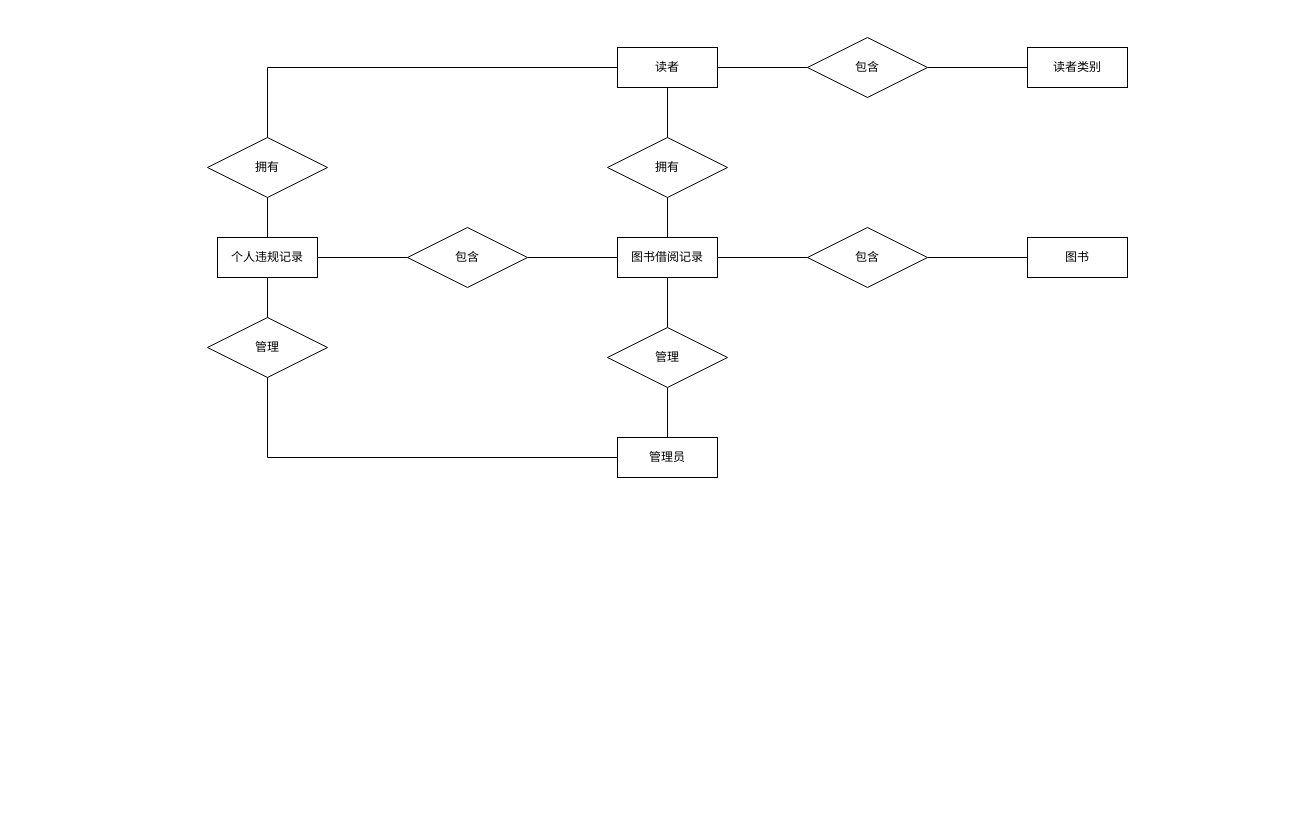
The draw.io diagram lab9/library_management_system.drawio in ArronVague/Database-Systems-Laboratory, before the edit. Source tidied: cells renumbered, new cells numbered last; positions are measured from the earlier drawing's top-left corner, leaving out a move shared by most shapes. Both pictures are drawn from the tidied source at 100%, with x=0, y=0 at pixel (207, 37).
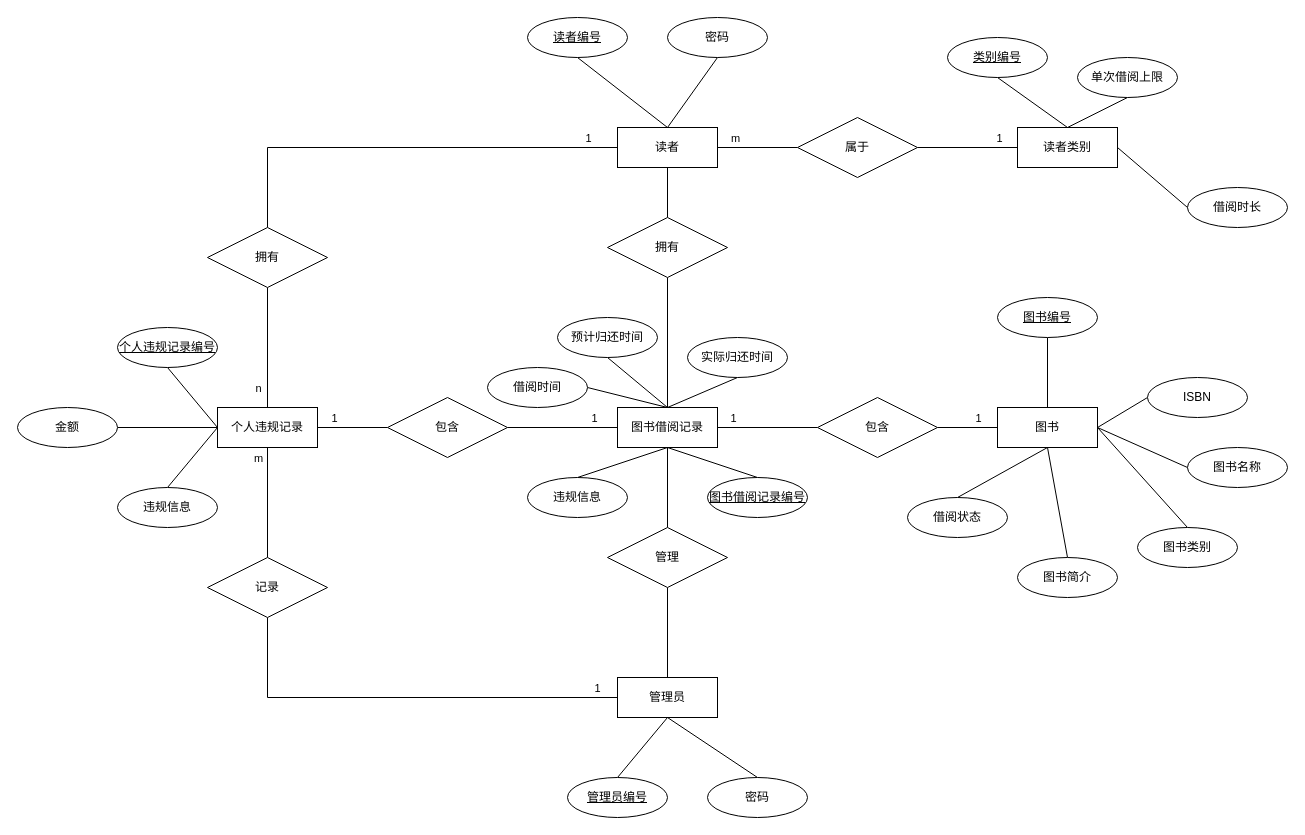
The same diagram, later.

Unchanged cells that the change refers to:
```xml
<mxCell id="3" style="edgeStyle=orthogonalEdgeStyle;rounded=0;jettySize=auto;html=1;exitX=1;exitY=0.5;exitDx=0;exitDy=0;entryX=0;entryY=0.5;entryDx=0;entryDy=0;endArrow=none;endFill=0;" parent="1" edge="1" source="5" target="22">
  <mxGeometry relative="1" as="geometry" />
</mxCell>
<mxCell id="4" style="edgeStyle=orthogonalEdgeStyle;rounded=0;jettySize=auto;html=1;exitX=0;exitY=0.5;exitDx=0;exitDy=0;entryX=0.5;entryY=0;entryDx=0;entryDy=0;endArrow=none;endFill=0;" parent="1" edge="1" source="5" target="26">
  <mxGeometry relative="1" as="geometry" />
</mxCell>
<mxCell id="8" style="edgeStyle=orthogonalEdgeStyle;rounded=0;jettySize=auto;html=1;exitX=1;exitY=0.5;exitDx=0;exitDy=0;entryX=0;entryY=0.5;entryDx=0;entryDy=0;endArrow=none;endFill=0;" parent="1" edge="1" source="9" target="20">
  <mxGeometry relative="1" as="geometry" />
</mxCell>
<mxCell id="12" style="edgeStyle=orthogonalEdgeStyle;rounded=0;jettySize=auto;html=1;exitX=0.5;exitY=1;exitDx=0;exitDy=0;entryX=0.5;entryY=0;entryDx=0;entryDy=0;endArrow=none;endFill=0;" parent="1" edge="1" source="14" target="28">
  <mxGeometry relative="1" as="geometry" />
</mxCell>
<mxCell id="13" style="edgeStyle=orthogonalEdgeStyle;rounded=0;jettySize=auto;html=1;exitX=1;exitY=0.5;exitDx=0;exitDy=0;entryX=0;entryY=0.5;entryDx=0;entryDy=0;endArrow=none;endFill=0;" parent="1" edge="1" source="14" target="24">
  <mxGeometry relative="1" as="geometry" />
</mxCell>
<mxCell id="19" style="edgeStyle=orthogonalEdgeStyle;rounded=0;jettySize=auto;html=1;exitX=1;exitY=0.5;exitDx=0;exitDy=0;entryX=0;entryY=0.5;entryDx=0;entryDy=0;endArrow=none;endFill=0;" parent="1" edge="1" source="20" target="10">
  <mxGeometry relative="1" as="geometry" />
</mxCell>
<mxCell id="21" style="edgeStyle=orthogonalEdgeStyle;rounded=0;jettySize=auto;html=1;exitX=1;exitY=0.5;exitDx=0;exitDy=0;entryX=0;entryY=0.5;entryDx=0;entryDy=0;endArrow=none;endFill=0;" parent="1" edge="1" source="22" target="6">
  <mxGeometry relative="1" as="geometry" />
</mxCell>
<mxCell id="23" style="edgeStyle=orthogonalEdgeStyle;rounded=0;jettySize=auto;html=1;exitX=1;exitY=0.5;exitDx=0;exitDy=0;entryX=0;entryY=0.5;entryDx=0;entryDy=0;endArrow=none;endFill=0;" parent="1" edge="1" source="24" target="9">
  <mxGeometry relative="1" as="geometry" />
</mxCell>
<mxCell id="25" style="edgeStyle=orthogonalEdgeStyle;rounded=0;jettySize=auto;html=1;exitX=0.5;exitY=1;exitDx=0;exitDy=0;entryX=0.5;entryY=0;entryDx=0;entryDy=0;endArrow=none;endFill=0;" parent="1" edge="1" source="26" target="14">
  <mxGeometry relative="1" as="geometry" />
</mxCell>
<mxCell id="27" style="edgeStyle=orthogonalEdgeStyle;rounded=0;jettySize=auto;html=1;exitX=0.5;exitY=1;exitDx=0;exitDy=0;entryX=0;entryY=0.5;entryDx=0;entryDy=0;endArrow=none;endFill=0;" parent="1" edge="1" source="28" target="11">
  <mxGeometry relative="1" as="geometry" />
</mxCell>
```

What changed in the source:
```diff
@@
+    <mxCell id="29" value="m" style="edgeLabel;html=1;align=center;verticalAlign=middle;" parent="3" vertex="1">
+      <mxGeometry x="-0.37" y="-1" relative="1" as="geometry">
+        <mxPoint x="-8" y="-11" as="offset" />
+      </mxGeometry>
+    </mxCell>
@@
+    <mxCell id="30" value="1" style="edgeLabel;html=1;align=center;verticalAlign=middle;" parent="4" vertex="1">
+      <mxGeometry x="-0.86" y="-1" relative="1" as="geometry">
+        <mxPoint y="-9" as="offset" />
+      </mxGeometry>
+    </mxCell>
     <mxCell id="5" value="读者" style="whiteSpace=wrap;html=1;align=center;" parent="1" vertex="1">
-      <mxGeometry x="410" y="10" width="100" height="40" as="geometry" />
+      <mxGeometry x="410" y="90" width="100" height="40" as="geometry" />
     </mxCell>
     <mxCell id="6" value="读者类别" style="whiteSpace=wrap;html=1;align=center;" parent="1" vertex="1">
-      <mxGeometry x="820" y="10" width="100" height="40" as="geometry" />
+      <mxGeometry x="810" y="90" width="100" height="40" as="geometry" />
     </mxCell>
@@
+    <mxCell id="31" value="1" style="edgeLabel;html=1;align=center;verticalAlign=middle;" parent="8" vertex="1">
+      <mxGeometry x="-0.71" relative="1" as="geometry">
+        <mxPoint y="-10" as="offset" />
+      </mxGeometry>
+    </mxCell>
     <mxCell id="9" value="图书借阅记录" style="whiteSpace=wrap;html=1;align=center;" parent="1" vertex="1">
-      <mxGeometry x="410" y="200" width="100" height="40" as="geometry" />
+      <mxGeometry x="410" y="370" width="100" height="40" as="geometry" />
     </mxCell>
     <mxCell id="10" value="图书" style="whiteSpace=wrap;html=1;align=center;" parent="1" vertex="1">
-      <mxGeometry x="820" y="200" width="100" height="40" as="geometry" />
+      <mxGeometry x="790" y="370" width="100" height="40" as="geometry" />
     </mxCell>
     <mxCell id="11" value="管理员" style="whiteSpace=wrap;html=1;align=center;" parent="1" vertex="1">
-      <mxGeometry x="410" y="400" width="100" height="40" as="geometry" />
+      <mxGeometry x="410" y="640" width="100" height="40" as="geometry" />
     </mxCell>
@@
+    <mxCell id="32" value="m" style="edgeLabel;html=1;align=center;verticalAlign=middle;" parent="12" vertex="1">
+      <mxGeometry x="-0.79" y="-1" relative="1" as="geometry">
+        <mxPoint x="-9" y="-2" as="offset" />
+      </mxGeometry>
+    </mxCell>
@@
+    <mxCell id="33" value="1" style="edgeLabel;html=1;align=center;verticalAlign=middle;" parent="13" vertex="1">
+      <mxGeometry x="-0.53" y="2" relative="1" as="geometry">
+        <mxPoint y="-8" as="offset" />
+      </mxGeometry>
+    </mxCell>
     <mxCell id="14" value="个人违规记录" style="whiteSpace=wrap;html=1;align=center;" parent="1" vertex="1">
-      <mxGeometry x="10" y="200" width="100" height="40" as="geometry" />
+      <mxGeometry x="10" y="370" width="100" height="40" as="geometry" />
     </mxCell>
@@
     <mxCell id="16" value="拥有" style="shape=rhombus;perimeter=rhombusPerimeter;whiteSpace=wrap;html=1;align=center;" parent="1" vertex="1">
-      <mxGeometry x="400" y="100" width="120" height="60" as="geometry" />
+      <mxGeometry x="400" y="180" width="120" height="60" as="geometry" />
     </mxCell>
@@
     <mxCell id="18" value="管理" style="shape=rhombus;perimeter=rhombusPerimeter;whiteSpace=wrap;html=1;align=center;" parent="1" vertex="1">
-      <mxGeometry x="400" y="290" width="120" height="60" as="geometry" />
+      <mxGeometry x="400" y="490" width="120" height="60" as="geometry" />
     </mxCell>
@@
+    <mxCell id="34" value="1" style="edgeLabel;html=1;align=center;verticalAlign=middle;" parent="19" vertex="1">
+      <mxGeometry x="0.22" y="1" relative="1" as="geometry">
+        <mxPoint x="3" y="-9" as="offset" />
+      </mxGeometry>
+    </mxCell>
     <mxCell id="20" value="包含" style="shape=rhombus;perimeter=rhombusPerimeter;whiteSpace=wrap;html=1;align=center;" parent="1" vertex="1">
-      <mxGeometry x="600" y="190" width="120" height="60" as="geometry" />
+      <mxGeometry x="610" y="360" width="120" height="60" as="geometry" />
     </mxCell>
@@
+    <mxCell id="35" value="1" style="edgeLabel;html=1;align=center;verticalAlign=middle;" parent="21" vertex="1">
+      <mxGeometry x="-0.15" y="-2" relative="1" as="geometry">
+        <mxPoint x="38" y="-12" as="offset" />
+      </mxGeometry>
+    </mxCell>
-    <mxCell id="22" value="包含" style="shape=rhombus;perimeter=rhombusPerimeter;whiteSpace=wrap;html=1;align=center;" parent="1" vertex="1">
-      <mxGeometry x="600" width="120" height="60" as="geometry" />
+    <mxCell id="22" value="属于" style="shape=rhombus;perimeter=rhombusPerimeter;whiteSpace=wrap;html=1;align=center;" parent="1" vertex="1">
+      <mxGeometry x="590" y="80" width="120" height="60" as="geometry" />
     </mxCell>
@@
+    <mxCell id="36" value="1" style="edgeLabel;html=1;align=center;verticalAlign=middle;" parent="23" vertex="1">
+      <mxGeometry x="0.56" y="1" relative="1" as="geometry">
+        <mxPoint y="-9" as="offset" />
+      </mxGeometry>
+    </mxCell>
     <mxCell id="24" value="包含" style="shape=rhombus;perimeter=rhombusPerimeter;whiteSpace=wrap;html=1;align=center;" parent="1" vertex="1">
-      <mxGeometry x="200" y="190" width="120" height="60" as="geometry" />
+      <mxGeometry x="180" y="360" width="120" height="60" as="geometry" />
     </mxCell>
@@
+    <mxCell id="37" value="n" style="edgeLabel;html=1;align=center;verticalAlign=middle;" parent="25" vertex="1">
+      <mxGeometry x="0.58" relative="1" as="geometry">
+        <mxPoint x="-10" y="5" as="offset" />
+      </mxGeometry>
+    </mxCell>
     <mxCell id="26" value="拥有" style="shape=rhombus;perimeter=rhombusPerimeter;whiteSpace=wrap;html=1;align=center;" parent="1" vertex="1">
-      <mxGeometry y="100" width="120" height="60" as="geometry" />
+      <mxGeometry y="190" width="120" height="60" as="geometry" />
     </mxCell>
@@
+    <mxCell id="38" value="1" style="edgeLabel;html=1;align=center;verticalAlign=middle;" parent="27" vertex="1">
+      <mxGeometry x="0.88" y="1" relative="1" as="geometry">
+        <mxPoint x="5" y="-9" as="offset" />
+      </mxGeometry>
+    </mxCell>
-    <mxCell id="28" value="管理" style="shape=rhombus;perimeter=rhombusPerimeter;whiteSpace=wrap;html=1;align=center;" parent="1" vertex="1">
-      <mxGeometry y="280" width="120" height="60" as="geometry" />
+    <mxCell id="28" value="记录" style="shape=rhombus;perimeter=rhombusPerimeter;whiteSpace=wrap;html=1;align=center;" parent="1" vertex="1">
+      <mxGeometry y="520" width="120" height="60" as="geometry" />
     </mxCell>
+    <mxCell id="39" style="rounded=0;jettySize=auto;html=1;exitX=0.5;exitY=1;exitDx=0;exitDy=0;entryX=0.5;entryY=0;entryDx=0;entryDy=0;endArrow=none;endFill=0;" parent="1" edge="1" source="40" target="5">
+      <mxGeometry relative="1" as="geometry" />
+    </mxCell>
+    <mxCell id="40" value="读者编号" style="ellipse;whiteSpace=wrap;html=1;align=center;fontStyle=4;" parent="1" vertex="1">
+      <mxGeometry x="320" y="-20" width="100" height="40" as="geometry" />
+    </mxCell>
+    <mxCell id="41" style="rounded=0;jettySize=auto;html=1;exitX=0.5;exitY=1;exitDx=0;exitDy=0;entryX=0.5;entryY=0;entryDx=0;entryDy=0;endArrow=none;endFill=0;" parent="1" edge="1" source="42" target="6">
+      <mxGeometry relative="1" as="geometry" />
+    </mxCell>
+    <mxCell id="42" value="类别编号" style="ellipse;whiteSpace=wrap;html=1;align=center;fontStyle=4;" parent="1" vertex="1">
+      <mxGeometry x="740" width="100" height="40" as="geometry" />
+    </mxCell>
+    <mxCell id="43" style="rounded=0;jettySize=auto;html=1;exitX=0.5;exitY=0;exitDx=0;exitDy=0;endArrow=none;endFill=0;" parent="1" edge="1" source="44">
+      <mxGeometry relative="1" as="geometry">
+        <mxPoint x="460" y="680" as="targetPoint" />
+      </mxGeometry>
+    </mxCell>
+    <mxCell id="44" value="管理员编号" style="ellipse;whiteSpace=wrap;html=1;align=center;fontStyle=4;" parent="1" vertex="1">
+      <mxGeometry x="360" y="740" width="100" height="40" as="geometry" />
+    </mxCell>
+    <mxCell id="45" style="rounded=0;jettySize=auto;html=1;exitX=0.5;exitY=1;exitDx=0;exitDy=0;entryX=0.5;entryY=0;entryDx=0;entryDy=0;endArrow=none;endFill=0;" parent="1" edge="1" source="46" target="10">
+      <mxGeometry relative="1" as="geometry" />
+    </mxCell>
+    <mxCell id="46" value="图书编号" style="ellipse;whiteSpace=wrap;html=1;align=center;fontStyle=4;" parent="1" vertex="1">
+      <mxGeometry x="790" y="260" width="100" height="40" as="geometry" />
+    </mxCell>
+    <mxCell id="47" style="rounded=0;jettySize=auto;html=1;exitX=0.5;exitY=0;exitDx=0;exitDy=0;entryX=0.5;entryY=1;entryDx=0;entryDy=0;endArrow=none;endFill=0;" parent="1" edge="1" source="48" target="9">
+      <mxGeometry relative="1" as="geometry" />
+    </mxCell>
+    <mxCell id="48" value="图书借阅记录编号" style="ellipse;whiteSpace=wrap;html=1;align=center;fontStyle=4;" parent="1" vertex="1">
+      <mxGeometry x="500" y="440" width="100" height="40" as="geometry" />
+    </mxCell>
+    <mxCell id="49" style="rounded=0;jettySize=auto;html=1;exitX=0.5;exitY=1;exitDx=0;exitDy=0;entryX=0;entryY=0.5;entryDx=0;entryDy=0;endArrow=none;endFill=0;" parent="1" edge="1" source="50" target="14">
+      <mxGeometry relative="1" as="geometry" />
+    </mxCell>
+    <mxCell id="50" value="个人违规记录编号" style="ellipse;whiteSpace=wrap;html=1;align=center;fontStyle=4;" parent="1" vertex="1">
+      <mxGeometry x="-90" y="290" width="100" height="40" as="geometry" />
+    </mxCell>
+    <mxCell id="51" style="rounded=0;jettySize=auto;html=1;exitX=0.5;exitY=1;exitDx=0;exitDy=0;endArrow=none;endFill=0;" parent="1" edge="1" source="52">
+      <mxGeometry relative="1" as="geometry">
+        <mxPoint x="460" y="90" as="targetPoint" />
+      </mxGeometry>
+    </mxCell>
+    <mxCell id="52" value="密码" style="ellipse;whiteSpace=wrap;html=1;align=center;" parent="1" vertex="1">
+      <mxGeometry x="460" y="-20" width="100" height="40" as="geometry" />
+    </mxCell>
+    <mxCell id="53" style="rounded=0;jettySize=auto;html=1;exitX=0.5;exitY=1;exitDx=0;exitDy=0;endArrow=none;endFill=0;" parent="1" edge="1" source="54">
+      <mxGeometry relative="1" as="geometry">
+        <mxPoint x="860" y="90" as="targetPoint" />
+      </mxGeometry>
+    </mxCell>
+    <mxCell id="54" value="单次借阅上限" style="ellipse;whiteSpace=wrap;html=1;align=center;" parent="1" vertex="1">
+      <mxGeometry x="870" y="20" width="100" height="40" as="geometry" />
+    </mxCell>
+    <mxCell id="55" style="rounded=0;jettySize=auto;html=1;exitX=0;exitY=0.5;exitDx=0;exitDy=0;entryX=1;entryY=0.5;entryDx=0;entryDy=0;endArrow=none;endFill=0;" parent="1" edge="1" source="56" target="6">
+      <mxGeometry relative="1" as="geometry" />
+    </mxCell>
+    <mxCell id="56" value="借阅时长" style="ellipse;whiteSpace=wrap;html=1;align=center;" parent="1" vertex="1">
+      <mxGeometry x="980" y="150" width="100" height="40" as="geometry" />
+    </mxCell>
+    <mxCell id="57" style="rounded=0;jettySize=auto;html=1;exitX=0.5;exitY=0;exitDx=0;exitDy=0;entryX=0.5;entryY=1;entryDx=0;entryDy=0;endArrow=none;endFill=0;" parent="1" edge="1" source="58" target="11">
+      <mxGeometry relative="1" as="geometry" />
+    </mxCell>
+    <mxCell id="58" value="密码" style="ellipse;whiteSpace=wrap;html=1;align=center;" parent="1" vertex="1">
+      <mxGeometry x="500" y="740" width="100" height="40" as="geometry" />
+    </mxCell>
+    <mxCell id="59" style="rounded=0;jettySize=auto;html=1;exitX=0;exitY=0.5;exitDx=0;exitDy=0;entryX=1;entryY=0.5;entryDx=0;entryDy=0;endArrow=none;endFill=0;" parent="1" edge="1" source="60" target="10">
+      <mxGeometry relative="1" as="geometry" />
+    </mxCell>
+    <mxCell id="60" value="ISBN" style="ellipse;whiteSpace=wrap;html=1;align=center;" parent="1" vertex="1">
+      <mxGeometry x="940" y="340" width="100" height="40" as="geometry" />
+    </mxCell>
+    <mxCell id="61" style="rounded=0;jettySize=auto;html=1;exitX=0;exitY=0.5;exitDx=0;exitDy=0;endArrow=none;endFill=0;" parent="1" edge="1" source="62">
+      <mxGeometry relative="1" as="geometry">
+        <mxPoint x="890" y="390" as="targetPoint" />
+      </mxGeometry>
+    </mxCell>
+    <mxCell id="62" value="图书名称" style="ellipse;whiteSpace=wrap;html=1;align=center;" parent="1" vertex="1">
+      <mxGeometry x="980" y="410" width="100" height="40" as="geometry" />
+    </mxCell>
+    <mxCell id="63" style="rounded=0;jettySize=auto;html=1;exitX=0.5;exitY=0;exitDx=0;exitDy=0;endArrow=none;endFill=0;" parent="1" edge="1" source="64">
+      <mxGeometry relative="1" as="geometry">
+        <mxPoint x="890" y="390" as="targetPoint" />
+      </mxGeometry>
+    </mxCell>
+    <mxCell id="64" value="图书类别" style="ellipse;whiteSpace=wrap;html=1;align=center;" parent="1" vertex="1">
+      <mxGeometry x="930" y="490" width="100" height="40" as="geometry" />
+    </mxCell>
+    <mxCell id="65" style="rounded=0;jettySize=auto;html=1;exitX=0.5;exitY=0;exitDx=0;exitDy=0;entryX=0.5;entryY=1;entryDx=0;entryDy=0;endArrow=none;endFill=0;" parent="1" edge="1" source="66" target="10">
+      <mxGeometry relative="1" as="geometry" />
+    </mxCell>
+    <mxCell id="66" value="图书简介" style="ellipse;whiteSpace=wrap;html=1;align=center;" parent="1" vertex="1">
+      <mxGeometry x="810" y="520" width="100" height="40" as="geometry" />
+    </mxCell>
+    <mxCell id="67" style="rounded=0;jettySize=auto;html=1;exitX=0.5;exitY=0;exitDx=0;exitDy=0;endArrow=none;endFill=0;" parent="1" edge="1" source="68">
+      <mxGeometry relative="1" as="geometry">
+        <mxPoint x="840" y="410" as="targetPoint" />
+      </mxGeometry>
+    </mxCell>
+    <mxCell id="68" value="借阅状态" style="ellipse;whiteSpace=wrap;html=1;align=center;" parent="1" vertex="1">
+      <mxGeometry x="700" y="460" width="100" height="40" as="geometry" />
+    </mxCell>
+    <mxCell id="69" style="rounded=0;jettySize=auto;html=1;exitX=1;exitY=0.5;exitDx=0;exitDy=0;endArrow=none;endFill=0;" parent="1" edge="1" source="70">
+      <mxGeometry relative="1" as="geometry">
+        <mxPoint x="460" y="370" as="targetPoint" />
+      </mxGeometry>
+    </mxCell>
+    <mxCell id="70" value="借阅时间" style="ellipse;whiteSpace=wrap;html=1;align=center;" parent="1" vertex="1">
+      <mxGeometry x="280" y="330" width="100" height="40" as="geometry" />
+    </mxCell>
+    <mxCell id="71" style="rounded=0;jettySize=auto;html=1;exitX=0.5;exitY=1;exitDx=0;exitDy=0;endArrow=none;endFill=0;" parent="1" edge="1" source="72">
+      <mxGeometry relative="1" as="geometry">
+        <mxPoint x="460" y="370" as="targetPoint" />
+      </mxGeometry>
+    </mxCell>
+    <mxCell id="72" value="预计归还时间" style="ellipse;whiteSpace=wrap;html=1;align=center;" parent="1" vertex="1">
+      <mxGeometry x="350" y="280" width="100" height="40" as="geometry" />
+    </mxCell>
+    <mxCell id="73" style="rounded=0;jettySize=auto;html=1;exitX=0.5;exitY=1;exitDx=0;exitDy=0;entryX=0.5;entryY=0;entryDx=0;entryDy=0;endArrow=none;endFill=0;" parent="1" edge="1" source="74" target="9">
+      <mxGeometry relative="1" as="geometry" />
+    </mxCell>
+    <mxCell id="74" value="实际归还时间" style="ellipse;whiteSpace=wrap;html=1;align=center;" parent="1" vertex="1">
+      <mxGeometry x="480" y="300" width="100" height="40" as="geometry" />
+    </mxCell>
+    <mxCell id="75" style="rounded=0;jettySize=auto;html=1;exitX=0.5;exitY=0;exitDx=0;exitDy=0;entryX=0.5;entryY=1;entryDx=0;entryDy=0;endArrow=none;endFill=0;" parent="1" edge="1" source="76" target="9">
+      <mxGeometry relative="1" as="geometry" />
+    </mxCell>
+    <mxCell id="76" value="违规信息" style="ellipse;whiteSpace=wrap;html=1;align=center;" parent="1" vertex="1">
+      <mxGeometry x="320" y="440" width="100" height="40" as="geometry" />
+    </mxCell>
+    <mxCell id="77" style="rounded=0;jettySize=auto;html=1;exitX=0.5;exitY=0;exitDx=0;exitDy=0;endArrow=none;endFill=0;" parent="1" edge="1" source="78">
+      <mxGeometry relative="1" as="geometry">
+        <mxPoint x="10" y="390" as="targetPoint" />
+      </mxGeometry>
+    </mxCell>
+    <mxCell id="78" value="违规信息" style="ellipse;whiteSpace=wrap;html=1;align=center;" parent="1" vertex="1">
+      <mxGeometry x="-90" y="450" width="100" height="40" as="geometry" />
+    </mxCell>
+    <mxCell id="79" style="rounded=0;jettySize=auto;html=1;exitX=1;exitY=0.5;exitDx=0;exitDy=0;endArrow=none;endFill=0;" parent="1" edge="1" source="80">
+      <mxGeometry relative="1" as="geometry">
+        <mxPoint x="10" y="390" as="targetPoint" />
+      </mxGeometry>
+    </mxCell>
+    <mxCell id="80" value="金额" style="ellipse;whiteSpace=wrap;html=1;align=center;" parent="1" vertex="1">
+      <mxGeometry x="-190" y="370" width="100" height="40" as="geometry" />
+    </mxCell>
```
